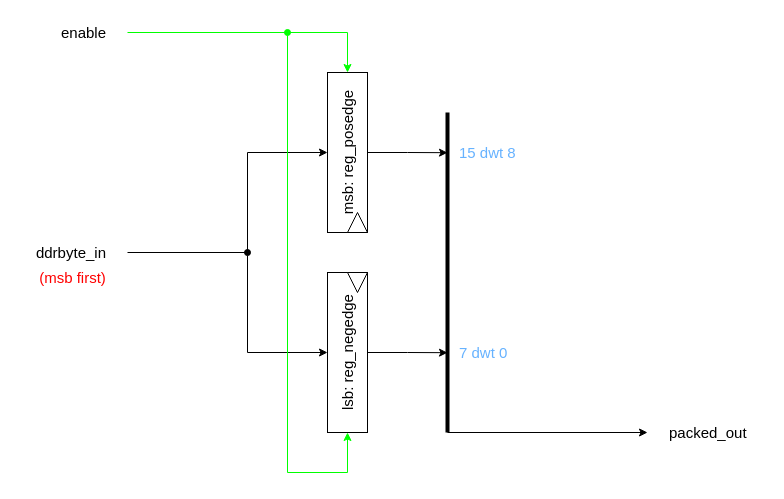
Above: page "DDR_to_SDR_converter" (5 of 9) of hyperram_system/ip/avs_to_hram_converter/schematics/avs_to_hram_converter.drawio in AndreaBononi/Intel_Cyclone10LP_systems (draw.io), before the change. Source tidied: cells renumbered, new cells numbered last; positions are measured from the earlier drawing's top-left corner, leaving out a move shared by most shapes. Both pictures are drawn from the tidied source at 100%, with x=0, y=0 at pixel (17, 17).
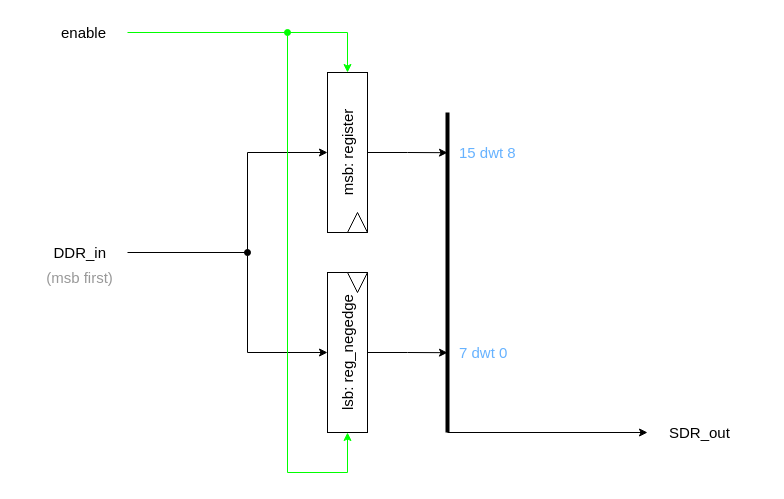
The same page after the edit.

The edit, as a diff of the source:
```diff
@@
-    <mxCell id="3" value="ddrbyte_in" style="text;html=1;align=right;verticalAlign=middle;strokeColor=none;fillColor=none;fontSize=15;rotation=0;" parent="1" vertex="1">
-      <mxGeometry y="220" width="90" height="30" as="geometry" />
+    <mxCell id="3" value="DDR_in" style="text;html=1;align=right;verticalAlign=middle;strokeColor=none;fillColor=none;fontSize=15;rotation=0;" parent="1" vertex="1">
+      <mxGeometry x="10" y="220" width="80" height="30" as="geometry" />
     </mxCell>
-    <mxCell id="4" value="packed_out" style="text;html=1;align=left;verticalAlign=middle;strokeColor=none;fillColor=none;fontSize=15;rotation=0;" parent="1" vertex="1">
-      <mxGeometry x="650" y="400" width="100" height="30" as="geometry" />
+    <mxCell id="4" value="SDR_out" style="text;html=1;align=left;verticalAlign=middle;strokeColor=none;fillColor=none;fontSize=15;rotation=0;" parent="1" vertex="1">
+      <mxGeometry x="650" y="400" width="80" height="30" as="geometry" />
     </mxCell>
@@
-    <mxCell id="8" value="&lt;font style=&quot;font-size: 15px;&quot;&gt;msb: reg_posedge&lt;/font&gt;" style="rounded=0;whiteSpace=wrap;html=1;horizontal=0;" parent="1" vertex="1">
+    <mxCell id="8" value="&lt;font style=&quot;font-size: 15px;&quot;&gt;msb: register&lt;/font&gt;" style="rounded=0;whiteSpace=wrap;html=1;horizontal=0;" parent="1" vertex="1">
       <mxGeometry x="310" y="55" width="40" height="160" as="geometry" />
     </mxCell>
@@
-    <mxCell id="19" value="&lt;font style=&quot;font-size: 15px;&quot; color=&quot;#ff0000&quot;&gt;(msb first)&lt;/font&gt;" style="text;html=1;align=center;verticalAlign=middle;strokeColor=none;fillColor=none;" parent="1" vertex="1">
-      <mxGeometry x="10" y="245" width="90" height="30" as="geometry" />
+    <mxCell id="19" value="&lt;font color=&quot;#999999&quot; style=&quot;font-size: 15px;&quot;&gt;(msb first)&lt;/font&gt;" style="text;html=1;align=center;verticalAlign=middle;strokeColor=none;fillColor=none;" parent="1" vertex="1">
+      <mxGeometry x="17" y="245" width="90" height="30" as="geometry" />
     </mxCell>
```
